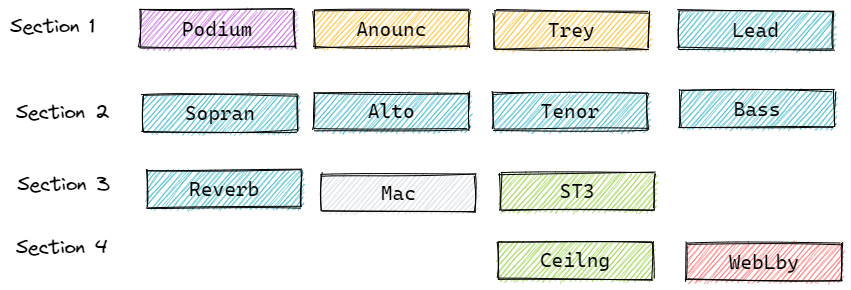
Above: img/strip-assignment-draft.excalidraw.png in ckxng/avbooth-docs (Excalidraw), before the change. Source tidied: one line per element, renumbered; positions are measured from the earlier drawing's top-left corner, leaving out a move shared by most shapes. Its diagram source:
```json
{"id": 0, "type": "text", "text": "Section 1", "strokeColor": "#000000", "strokeWidth": 1, "roughness": 1, "fontSize": 20, "fontFamily": 1, "x": 0, "y": 4, "width": 86, "height": 25}
{"id": 1, "type": "rectangle", "strokeColor": "#000000", "backgroundColor": "#be4bdb", "fillStyle": "hachure", "strokeWidth": 1, "roughness": 1, "x": 130, "y": 0, "width": 154, "height": 37}
{"id": 2, "type": "text", "text": "Podium", "strokeColor": "#000000", "strokeWidth": 1, "roughness": 1, "fontSize": 20, "fontFamily": 3, "textAlign": "center", "verticalAlign": "middle", "inside": 1, "x": 135, "y": 7, "width": 144, "height": 24}
{"id": 3, "type": "rectangle", "strokeColor": "#000000", "backgroundColor": "#fab005", "fillStyle": "hachure", "strokeWidth": 1, "roughness": 1, "x": 304, "y": 0, "width": 154, "height": 37}
{"id": 4, "type": "text", "text": "Anounc", "strokeColor": "#000000", "strokeWidth": 1, "roughness": 1, "fontSize": 20, "fontFamily": 3, "textAlign": "center", "verticalAlign": "middle", "inside": 3, "x": 309, "y": 7, "width": 144, "height": 24}
{"id": 5, "type": "rectangle", "strokeColor": "#000000", "backgroundColor": "#fab005", "fillStyle": "hachure", "strokeWidth": 1, "roughness": 1, "x": 484, "y": 1, "width": 154, "height": 37}
{"id": 6, "type": "text", "text": "Trey", "strokeColor": "#000000", "strokeWidth": 1, "roughness": 1, "fontSize": 20, "fontFamily": 3, "textAlign": "center", "verticalAlign": "middle", "inside": 5, "x": 489, "y": 8, "width": 144, "height": 24}
{"id": 7, "type": "rectangle", "strokeColor": "#000000", "backgroundColor": "#15aabf", "fillStyle": "hachure", "strokeWidth": 1, "roughness": 1, "x": 669, "y": 1, "width": 154, "height": 37}
{"id": 8, "type": "text", "text": "Lead", "strokeColor": "#000000", "strokeWidth": 1, "roughness": 1, "fontSize": 20, "fontFamily": 3, "textAlign": "center", "verticalAlign": "middle", "inside": 7, "x": 674, "y": 8, "width": 144, "height": 24}
{"id": 9, "type": "text", "text": "Section 2", "strokeColor": "#000000", "strokeWidth": 1, "roughness": 1, "fontSize": 20, "fontFamily": 1, "x": 6, "y": 90, "width": 94, "height": 25}
{"id": 10, "type": "text", "text": "Section 3", "strokeColor": "#000000", "strokeWidth": 1, "roughness": 1, "fontSize": 20, "fontFamily": 1, "x": 7, "y": 162, "width": 94, "height": 25}
{"id": 11, "type": "text", "text": "Section 4", "strokeColor": "#000000", "strokeWidth": 1, "roughness": 1, "fontSize": 20, "fontFamily": 1, "x": 6, "y": 225, "width": 93, "height": 25}
{"id": 12, "type": "rectangle", "strokeColor": "#000000", "backgroundColor": "#15aabf", "fillStyle": "hachure", "strokeWidth": 1, "roughness": 1, "x": 133, "y": 84, "width": 154, "height": 37}
{"id": 13, "type": "text", "text": "Sopran", "strokeColor": "#000000", "strokeWidth": 1, "roughness": 1, "fontSize": 20, "fontFamily": 3, "textAlign": "center", "verticalAlign": "middle", "inside": 12, "x": 138, "y": 91, "width": 144, "height": 24}
{"id": 14, "type": "rectangle", "strokeColor": "#000000", "backgroundColor": "#15aabf", "fillStyle": "hachure", "strokeWidth": 1, "roughness": 1, "x": 304, "y": 83, "width": 154, "height": 37}
{"id": 15, "type": "text", "text": "Alto", "strokeColor": "#000000", "strokeWidth": 1, "roughness": 1, "fontSize": 20, "fontFamily": 3, "textAlign": "center", "verticalAlign": "middle", "inside": 14, "x": 309, "y": 89, "width": 144, "height": 24}
{"id": 16, "type": "rectangle", "strokeColor": "#000000", "backgroundColor": "#15aabf", "fillStyle": "hachure", "strokeWidth": 1, "roughness": 1, "x": 483, "y": 83, "width": 154, "height": 37}
{"id": 17, "type": "text", "text": "Tenor", "strokeColor": "#000000", "strokeWidth": 1, "roughness": 1, "fontSize": 20, "fontFamily": 3, "textAlign": "center", "verticalAlign": "middle", "inside": 16, "x": 488, "y": 89, "width": 144, "height": 24}
{"id": 18, "type": "rectangle", "strokeColor": "#000000", "backgroundColor": "#15aabf", "fillStyle": "hachure", "strokeWidth": 1, "roughness": 1, "x": 670, "y": 80, "width": 154, "height": 37}
{"id": 19, "type": "text", "text": "Bass", "strokeColor": "#000000", "strokeWidth": 1, "roughness": 1, "fontSize": 20, "fontFamily": 3, "textAlign": "center", "verticalAlign": "middle", "inside": 18, "x": 675, "y": 87, "width": 144, "height": 24}
{"id": 20, "type": "rectangle", "strokeColor": "#000000", "backgroundColor": "#15aabf", "fillStyle": "hachure", "strokeWidth": 1, "roughness": 1, "x": 137, "y": 160, "width": 154, "height": 37}
{"id": 21, "type": "text", "text": "Reverb", "strokeColor": "#000000", "strokeWidth": 1, "roughness": 1, "fontSize": 20, "fontFamily": 3, "textAlign": "center", "verticalAlign": "middle", "inside": 20, "x": 142, "y": 167, "width": 144, "height": 24}
{"id": 22, "type": "rectangle", "strokeColor": "#000000", "backgroundColor": "#ced4da", "fillStyle": "hachure", "strokeWidth": 1, "roughness": 1, "x": 311, "y": 164, "width": 154, "height": 37}
{"id": 23, "type": "text", "text": "Mac", "strokeColor": "#000000", "strokeWidth": 1, "roughness": 1, "fontSize": 20, "fontFamily": 3, "textAlign": "center", "verticalAlign": "middle", "inside": 22, "x": 316, "y": 171, "width": 144, "height": 24}
{"id": 24, "type": "rectangle", "strokeColor": "#000000", "backgroundColor": "#82c91e", "fillStyle": "hachure", "strokeWidth": 1, "roughness": 1, "x": 490, "y": 163, "width": 154, "height": 37}
{"id": 25, "type": "text", "text": "ST3", "strokeColor": "#000000", "strokeWidth": 1, "roughness": 1, "fontSize": 20, "fontFamily": 3, "textAlign": "center", "verticalAlign": "middle", "inside": 24, "x": 495, "y": 169, "width": 144, "height": 24}
{"id": 26, "type": "rectangle", "strokeColor": "#000000", "backgroundColor": "#82c91e", "fillStyle": "hachure", "strokeWidth": 1, "roughness": 1, "x": 488, "y": 232, "width": 154, "height": 37}
{"id": 27, "type": "text", "text": "Ceilng", "strokeColor": "#000000", "strokeWidth": 1, "roughness": 1, "fontSize": 20, "fontFamily": 3, "textAlign": "center", "verticalAlign": "middle", "inside": 26, "x": 493, "y": 238, "width": 144, "height": 24}
{"id": 28, "type": "rectangle", "strokeColor": "#000000", "backgroundColor": "#fa5252", "fillStyle": "hachure", "strokeWidth": 1, "roughness": 1, "x": 677, "y": 233, "width": 154, "height": 37}
{"id": 29, "type": "text", "text": "WebLby", "strokeColor": "#000000", "strokeWidth": 1, "roughness": 1, "fontSize": 20, "fontFamily": 3, "textAlign": "center", "verticalAlign": "middle", "inside": 28, "x": 682, "y": 240, "width": 144, "height": 24}
```
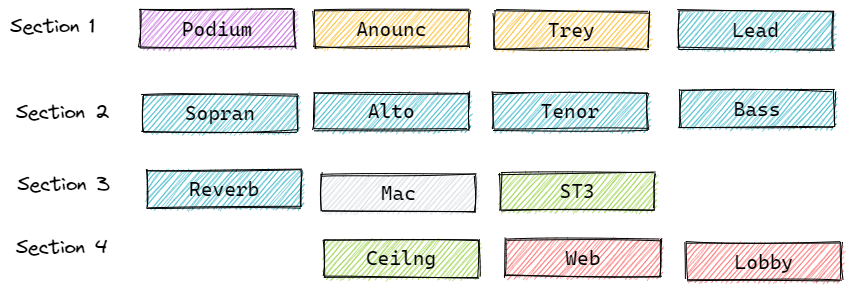
Above is the later version.

Diff of the diagram source:
```diff
@@ -24,7 +24,9 @@
 {"id": 23, "type": "text", "text": "Mac", "strokeColor": "#000000", "strokeWidth": 1, "roughness": 1, "fontSize": 20, "fontFamily": 3, "textAlign": "center", "verticalAlign": "middle", "inside": 22, "x": 316, "y": 171, "width": 144, "height": 24}
 {"id": 24, "type": "rectangle", "strokeColor": "#000000", "backgroundColor": "#82c91e", "fillStyle": "hachure", "strokeWidth": 1, "roughness": 1, "x": 490, "y": 163, "width": 154, "height": 37}
 {"id": 25, "type": "text", "text": "ST3", "strokeColor": "#000000", "strokeWidth": 1, "roughness": 1, "fontSize": 20, "fontFamily": 3, "textAlign": "center", "verticalAlign": "middle", "inside": 24, "x": 495, "y": 169, "width": 144, "height": 24}
-{"id": 26, "type": "rectangle", "strokeColor": "#000000", "backgroundColor": "#82c91e", "fillStyle": "hachure", "strokeWidth": 1, "roughness": 1, "x": 488, "y": 232, "width": 154, "height": 37}
+{"id": 26, "type": "rectangle", "strokeColor": "#000000", "backgroundColor": "#82c91e", "fillStyle": "hachure", "strokeWidth": 1, "roughness": 1, "x": 314, "y": 230, "width": 154, "height": 37}
-{"id": 27, "type": "text", "text": "Ceilng", "strokeColor": "#000000", "strokeWidth": 1, "roughness": 1, "fontSize": 20, "fontFamily": 3, "textAlign": "center", "verticalAlign": "middle", "inside": 26, "x": 493, "y": 238, "width": 144, "height": 24}
+{"id": 27, "type": "text", "text": "Ceilng", "strokeColor": "#000000", "strokeWidth": 1, "roughness": 1, "fontSize": 20, "fontFamily": 3, "textAlign": "center", "verticalAlign": "middle", "inside": 26, "x": 319, "y": 236, "width": 144, "height": 24}
+{"id": 30, "type": "rectangle", "strokeColor": "#000000", "backgroundColor": "#fa5252", "fillStyle": "hachure", "strokeWidth": 1, "roughness": 1, "x": 677, "y": 233, "width": 154, "height": 37}
+{"id": 31, "type": "text", "text": "Lobby", "strokeColor": "#000000", "strokeWidth": 1, "roughness": 1, "fontSize": 20, "fontFamily": 3, "textAlign": "center", "verticalAlign": "middle", "inside": 30, "x": 682, "y": 240, "width": 144, "height": 24}
-{"id": 28, "type": "rectangle", "strokeColor": "#000000", "backgroundColor": "#fa5252", "fillStyle": "hachure", "strokeWidth": 1, "roughness": 1, "x": 677, "y": 233, "width": 154, "height": 37}
+{"id": 28, "type": "rectangle", "strokeColor": "#000000", "backgroundColor": "#fa5252", "fillStyle": "hachure", "strokeWidth": 1, "roughness": 1, "x": 496, "y": 229, "width": 154, "height": 37}
-{"id": 29, "type": "text", "text": "WebLby", "strokeColor": "#000000", "strokeWidth": 1, "roughness": 1, "fontSize": 20, "fontFamily": 3, "textAlign": "center", "verticalAlign": "middle", "inside": 28, "x": 682, "y": 240, "width": 144, "height": 24}
+{"id": 29, "type": "text", "text": "Web", "strokeColor": "#000000", "strokeWidth": 1, "roughness": 1, "fontSize": 20, "fontFamily": 3, "textAlign": "center", "verticalAlign": "middle", "inside": 28, "x": 501, "y": 236, "width": 144, "height": 24}
```
